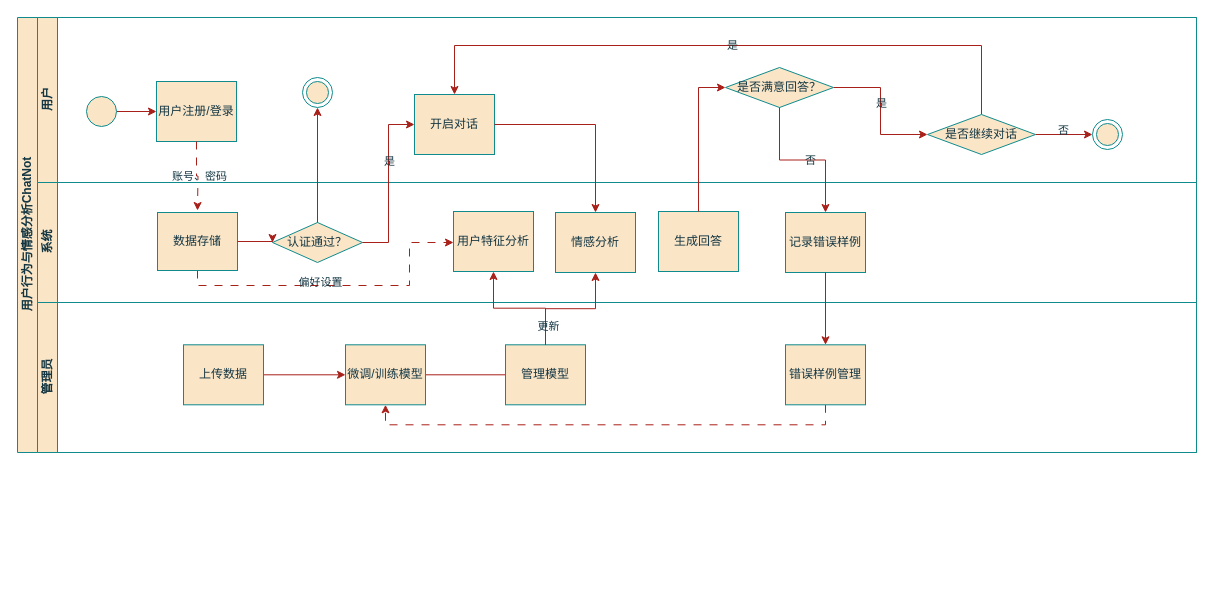
Above: 未命名绘图.drawio in ndsoi/miniprograms (draw.io), before the change. Source tidied: cells renumbered, new cells numbered last; positions are measured from the earlier drawing's top-left corner, leaving out a move shared by most shapes. Both pictures are drawn from the tidied source at 100%, with x=0, y=0 at pixel (17, 17).
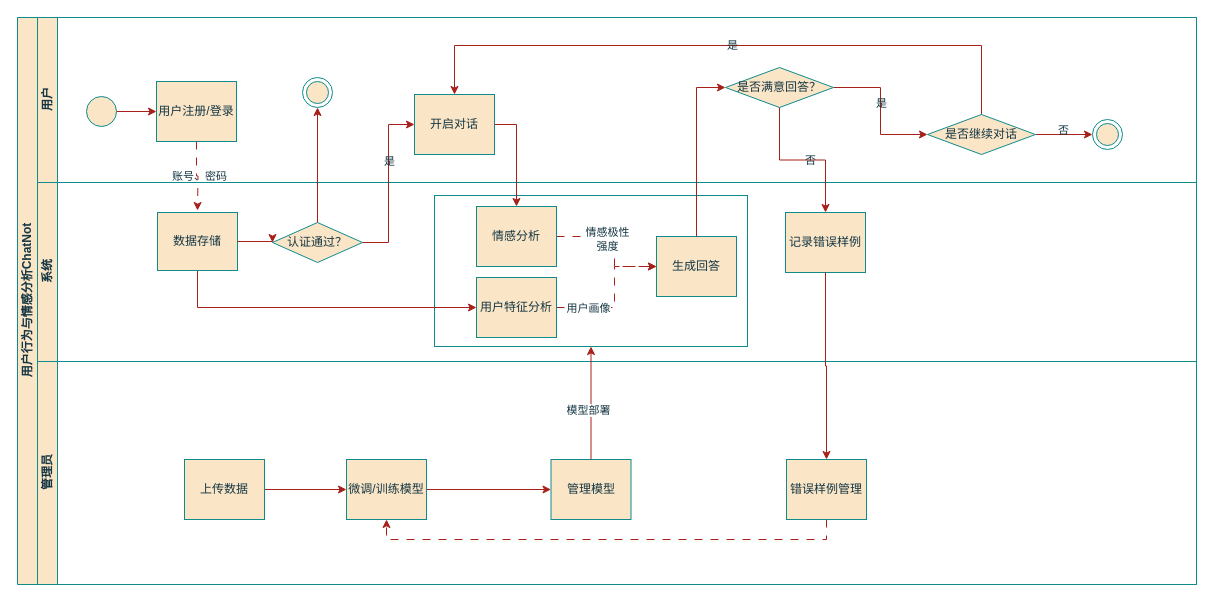
The same page after the edit.

The change refers to these unchanged cells:
```xml
<mxCell id="21" value="数据存储" style="rounded=0;whiteSpace=wrap;html=1;fontFamily=Helvetica;fontSize=12;fontColor=#143642;align=center;labelBackgroundColor=none;fillColor=#FAE5C7;strokeColor=#0F8B8D;" parent="18" vertex="1">
  <mxGeometry x="120" y="30" width="80" height="58" as="geometry" />
</mxCell>
```

Diff of the diagram source:
```diff
@@
     <mxCell id="2" value="用户行为与情感分析ChatNot" style="swimlane;html=1;horizontal=0;startSize=20;labelBackgroundColor=none;fillColor=#FAE5C7;strokeColor=#0F8B8D;fontColor=#143642;" parent="1" vertex="1">
-      <mxGeometry width="1179" height="435" as="geometry" />
+      <mxGeometry width="1179" height="567" as="geometry" />
     </mxCell>
@@
     <mxCell id="18" value="系统" style="swimlane;html=1;startSize=20;horizontal=0;labelBackgroundColor=none;fillColor=#FAE5C7;strokeColor=#0F8B8D;fontColor=#143642;" parent="2" vertex="1">
-      <mxGeometry x="20" y="165" width="1159" height="120" as="geometry" />
+      <mxGeometry x="20" y="165" width="1159" height="179" as="geometry" />
     </mxCell>
+    <mxCell id="49" style="rounded=0;whiteSpace=wrap;html=1;strokeColor=light-dark(#0f8b8d, #ededed);" parent="18" vertex="1">
+      <mxGeometry x="397" y="13" width="313" height="151" as="geometry" />
+    </mxCell>
-    <mxCell id="19" style="edgeStyle=orthogonalEdgeStyle;rounded=0;jettySize=auto;html=1;exitX=0.5;exitY=1;exitDx=0;exitDy=0;dashed=1;dashPattern=8 8;labelBackgroundColor=none;strokeColor=#A8201A;fontColor=default;" parent="18" edge="1" source="21" target="26">
-      <mxGeometry relative="1" as="geometry">
-        <Array as="points">
-          <mxPoint x="160" y="103" />
-          <mxPoint x="372" y="103" />
-          <mxPoint x="372" y="60" />
-        </Array>
-      </mxGeometry>
+    <mxCell id="19" style="edgeStyle=orthogonalEdgeStyle;rounded=0;jettySize=auto;html=1;exitX=0.5;exitY=1;exitDx=0;exitDy=0;entryX=0;entryY=0.5;entryDx=0;entryDy=0;strokeColor=#A8201A;fontColor=#143642;fillColor=#FAE5C7;" parent="18" edge="1" source="21" target="26">
+      <mxGeometry relative="1" as="geometry" />
     </mxCell>
-    <mxCell id="20" value="偏好设置" style="edgeLabel;html=1;align=center;verticalAlign=middle;labelBackgroundColor=none;fontColor=#143642;" parent="19" vertex="1">
-      <mxGeometry x="-0.13" y="4" relative="1" as="geometry" />
-    </mxCell>
@@
+    <mxCell id="50" style="edgeStyle=orthogonalEdgeStyle;rounded=0;jettySize=auto;html=1;exitX=1;exitY=0.5;exitDx=0;exitDy=0;entryX=0;entryY=0.5;entryDx=0;entryDy=0;strokeColor=#A8201A;fontColor=#143642;fillColor=#FAE5C7;dashed=1;dashPattern=8 8;" parent="18" edge="1" source="26" target="28">
+      <mxGeometry relative="1" as="geometry">
+        <Array as="points">
+          <mxPoint x="577" y="125" />
+          <mxPoint x="577" y="84" />
+        </Array>
+      </mxGeometry>
+    </mxCell>
+    <mxCell id="51" value="用户画像" style="edgeLabel;html=1;align=center;verticalAlign=middle;strokeColor=#0F8B8D;fontColor=#143642;fillColor=#FAE5C7;" parent="50" vertex="1">
+      <mxGeometry x="-0.45" relative="1" as="geometry">
+        <mxPoint x="-8" as="offset" />
+      </mxGeometry>
+    </mxCell>
     <mxCell id="26" value="用户特征分析" style="rounded=0;whiteSpace=wrap;html=1;fontFamily=Helvetica;fontSize=12;fontColor=#143642;align=center;labelBackgroundColor=none;fillColor=#FAE5C7;strokeColor=#0F8B8D;" parent="18" vertex="1">
-      <mxGeometry x="416" y="29" width="80" height="60" as="geometry" />
+      <mxGeometry x="439" y="95" width="80" height="60" as="geometry" />
     </mxCell>
+    <mxCell id="52" style="edgeStyle=orthogonalEdgeStyle;rounded=0;jettySize=auto;html=1;exitX=1;exitY=0.5;exitDx=0;exitDy=0;strokeColor=#A8201A;fontColor=#143642;fillColor=#FAE5C7;dashed=1;dashPattern=8 8;" parent="18" edge="1" source="27" target="28">
+      <mxGeometry relative="1" as="geometry">
+        <Array as="points">
+          <mxPoint x="577" y="54" />
+          <mxPoint x="577" y="84" />
+        </Array>
+      </mxGeometry>
+    </mxCell>
+    <mxCell id="53" value="情感极性&lt;div&gt;强度&lt;/div&gt;" style="edgeLabel;html=1;align=center;verticalAlign=middle;strokeColor=#0F8B8D;fontColor=#143642;fillColor=#FAE5C7;" parent="52" vertex="1">
+      <mxGeometry x="-0.44" y="-4" relative="1" as="geometry">
+        <mxPoint x="14" y="-2" as="offset" />
+      </mxGeometry>
+    </mxCell>
     <mxCell id="27" value="情感分析" style="rounded=0;whiteSpace=wrap;html=1;fontFamily=Helvetica;fontSize=12;fontColor=#143642;align=center;labelBackgroundColor=none;fillColor=#FAE5C7;strokeColor=#0F8B8D;" parent="18" vertex="1">
-      <mxGeometry x="518" y="30" width="80" height="60" as="geometry" />
+      <mxGeometry x="439" y="24" width="80" height="60" as="geometry" />
     </mxCell>
     <mxCell id="28" value="生成回答" style="rounded=0;whiteSpace=wrap;html=1;fontFamily=Helvetica;fontSize=12;fontColor=#143642;align=center;labelBackgroundColor=none;fillColor=#FAE5C7;strokeColor=#0F8B8D;" parent="18" vertex="1">
-      <mxGeometry x="621" y="29" width="80" height="60" as="geometry" />
+      <mxGeometry x="619" y="54" width="80" height="60" as="geometry" />
     </mxCell>
@@
     <mxCell id="30" value="管理员" style="swimlane;html=1;startSize=20;horizontal=0;labelBackgroundColor=none;fillColor=#FAE5C7;strokeColor=#0F8B8D;fontColor=#143642;" parent="2" vertex="1">
-      <mxGeometry x="20" y="285" width="1159" height="150" as="geometry" />
+      <mxGeometry x="20" y="344" width="1159" height="223" as="geometry" />
     </mxCell>
     <mxCell id="31" style="edgeStyle=orthogonalEdgeStyle;rounded=0;jettySize=auto;html=1;entryX=0.5;entryY=1;entryDx=0;entryDy=0;dashed=1;dashPattern=8 8;labelBackgroundColor=none;strokeColor=#A8201A;fontColor=default;" parent="30" edge="1" source="32" target="36">
       <mxGeometry relative="1" as="geometry">
         <Array as="points">
-          <mxPoint x="788" y="122.3" />
-          <mxPoint x="348" y="122.3" />
+          <mxPoint x="789" y="178" />
+          <mxPoint x="349" y="178" />
         </Array>
       </mxGeometry>
     </mxCell>
     <mxCell id="32" value="错误样例管理" style="rounded=0;whiteSpace=wrap;html=1;fontFamily=Helvetica;fontSize=12;fontColor=#143642;align=center;labelBackgroundColor=none;fillColor=#FAE5C7;strokeColor=#0F8B8D;" parent="30" vertex="1">
-      <mxGeometry x="748" y="42.3" width="80" height="60" as="geometry" />
+      <mxGeometry x="749" y="98" width="80" height="60" as="geometry" />
     </mxCell>
@@
     <mxCell id="34" value="上传数据" style="rounded=0;whiteSpace=wrap;html=1;fontFamily=Helvetica;fontSize=12;fontColor=#143642;align=center;labelBackgroundColor=none;fillColor=#FAE5C7;strokeColor=#0F8B8D;" parent="30" vertex="1">
-      <mxGeometry x="146" y="42.3" width="80" height="60" as="geometry" />
+      <mxGeometry x="147" y="98" width="80" height="60" as="geometry" />
     </mxCell>
-    <mxCell id="35" style="edgeStyle=orthogonalEdgeStyle;rounded=0;jettySize=auto;html=1;endArrow=none;endFill=0;labelBackgroundColor=none;strokeColor=#A8201A;fontColor=default;" parent="30" edge="1" source="36" target="37">
+    <mxCell id="35" style="edgeStyle=orthogonalEdgeStyle;rounded=0;jettySize=auto;html=1;endArrow=classic;endFill=1;labelBackgroundColor=none;strokeColor=#A8201A;fontColor=default;" parent="30" edge="1" source="36" target="37">
       <mxGeometry relative="1" as="geometry" />
     </mxCell>
     <mxCell id="36" value="微调/训练模型" style="rounded=0;whiteSpace=wrap;html=1;fontFamily=Helvetica;fontSize=12;fontColor=#143642;align=center;labelBackgroundColor=none;fillColor=#FAE5C7;strokeColor=#0F8B8D;" parent="30" vertex="1">
-      <mxGeometry x="308" y="42.3" width="80" height="60" as="geometry" />
+      <mxGeometry x="309" y="98" width="80" height="60" as="geometry" />
     </mxCell>
     <mxCell id="37" value="管理模型" style="rounded=0;whiteSpace=wrap;html=1;fontFamily=Helvetica;fontSize=12;fontColor=#143642;align=center;labelBackgroundColor=none;fillColor=#FAE5C7;strokeColor=#0F8B8D;" parent="30" vertex="1">
-      <mxGeometry x="468" y="42.3" width="80" height="60" as="geometry" />
+      <mxGeometry x="513.5" y="98" width="80" height="60" as="geometry" />
     </mxCell>
@@
-    <mxCell id="42" style="edgeStyle=orthogonalEdgeStyle;rounded=0;jettySize=auto;html=1;exitX=0.5;exitY=0;exitDx=0;exitDy=0;entryX=0.5;entryY=1;entryDx=0;entryDy=0;labelBackgroundColor=none;strokeColor=#A8201A;fontColor=default;" parent="2" edge="1" source="37" target="26">
-      <mxGeometry relative="1" as="geometry" />
-    </mxCell>
-    <mxCell id="43" style="edgeStyle=orthogonalEdgeStyle;rounded=0;jettySize=auto;html=1;exitX=0.5;exitY=0;exitDx=0;exitDy=0;entryX=0.5;entryY=1;entryDx=0;entryDy=0;labelBackgroundColor=none;strokeColor=#A8201A;fontColor=default;" parent="2" edge="1" source="37" target="27">
-      <mxGeometry relative="1" as="geometry" />
-    </mxCell>
-    <mxCell id="44" value="更新" style="edgeLabel;html=1;align=center;verticalAlign=middle;labelBackgroundColor=none;fontColor=#143642;" parent="43" vertex="1">
-      <mxGeometry x="-0.68" y="-2" relative="1" as="geometry">
-        <mxPoint y="1" as="offset" />
-      </mxGeometry>
-    </mxCell>
@@
+    <mxCell id="54" style="edgeStyle=orthogonalEdgeStyle;rounded=0;jettySize=auto;html=1;exitX=0.5;exitY=0;exitDx=0;exitDy=0;strokeColor=#A8201A;fontColor=#143642;fillColor=#FAE5C7;" parent="2" edge="1" source="37" target="49">
+      <mxGeometry relative="1" as="geometry" />
+    </mxCell>
+    <mxCell id="55" value="模型部署" style="edgeLabel;html=1;align=center;verticalAlign=middle;strokeColor=#0F8B8D;fontColor=#143642;fillColor=#FAE5C7;" parent="54" vertex="1">
+      <mxGeometry x="-0.11" y="3" relative="1" as="geometry" />
+    </mxCell>
```
